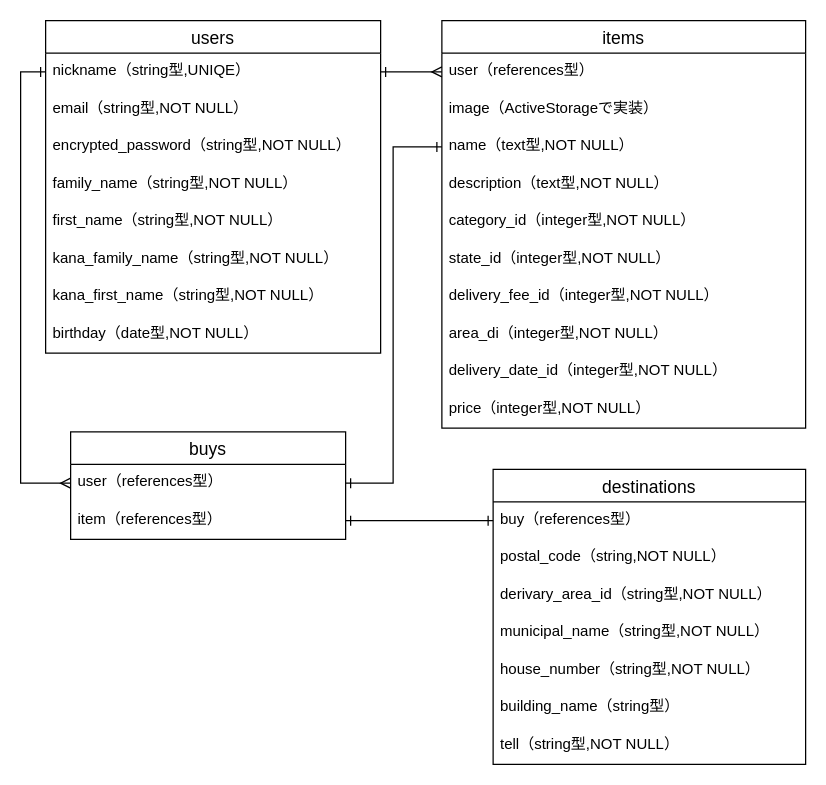
starlikeleo/furima-30944 keeps this draw.io diagram as furima.dio. Above is the earlier version. Source tidied: cells renumbered, new cells numbered last; positions are measured from the earlier drawing's top-left corner, leaving out a move shared by most shapes. Both pictures are drawn from the tidied source at 125%, with x=0, y=0 at pixel (20, 20).
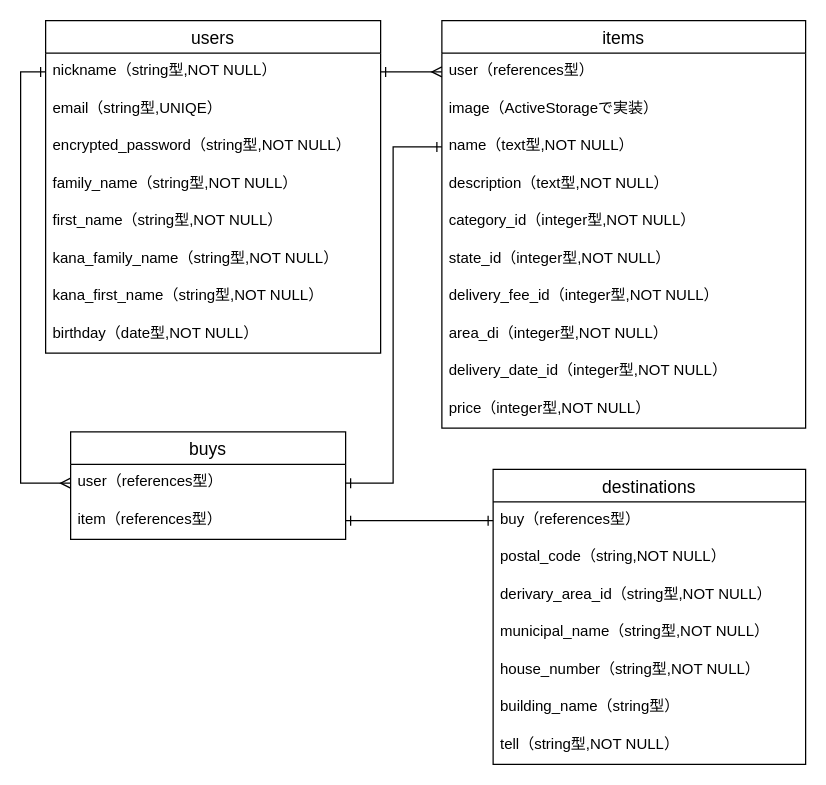
The same diagram, later.

Commit message (it also covers changes not shown here):
email_uniqe_commit

Unchanged cells that the change refers to:
```xml
<mxCell id="2" value="users" style="swimlane;fontStyle=0;horizontal=1;startSize=26;align=center;fontSize=14;" parent="1" vertex="1">
  <mxGeometry x="20" width="268" height="266" as="geometry" />
</mxCell>
```

Change to the diagram source:
```diff
@@
-    <mxCell id="3" value="nickname（string型,UNIQE）" style="text;strokeColor=none;fillColor=none;spacingLeft=4;spacingRight=4;overflow=hidden;points=[[0,0.5],[1,0.5]];portConstraint=eastwest;fontSize=12;" parent="2" vertex="1">
+    <mxCell id="3" value="nickname（string型,NOT NULL）" style="text;strokeColor=none;fillColor=none;spacingLeft=4;spacingRight=4;overflow=hidden;points=[[0,0.5],[1,0.5]];portConstraint=eastwest;fontSize=12;" parent="2" vertex="1">
       <mxGeometry y="26" width="268" height="30" as="geometry" />
     </mxCell>
-    <mxCell id="4" value="email（string型,NOT NULL）" style="text;strokeColor=none;fillColor=none;spacingLeft=4;spacingRight=4;overflow=hidden;fontSize=12;" parent="2" vertex="1">
+    <mxCell id="4" value="email（string型,UNIQE）" style="text;strokeColor=none;fillColor=none;spacingLeft=4;spacingRight=4;overflow=hidden;fontSize=12;" parent="2" vertex="1">
       <mxGeometry y="56" width="268" height="30" as="geometry" />
     </mxCell>
```
